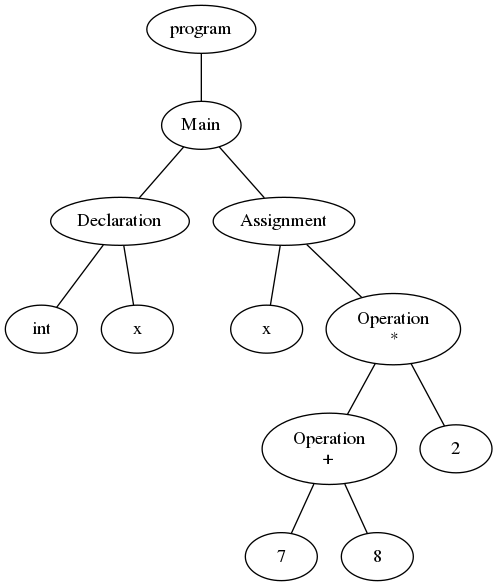
Above: AST.png in Danh95/Project-Compilers (Graphviz), before the change. Its source is kept beside it as AST.dot.
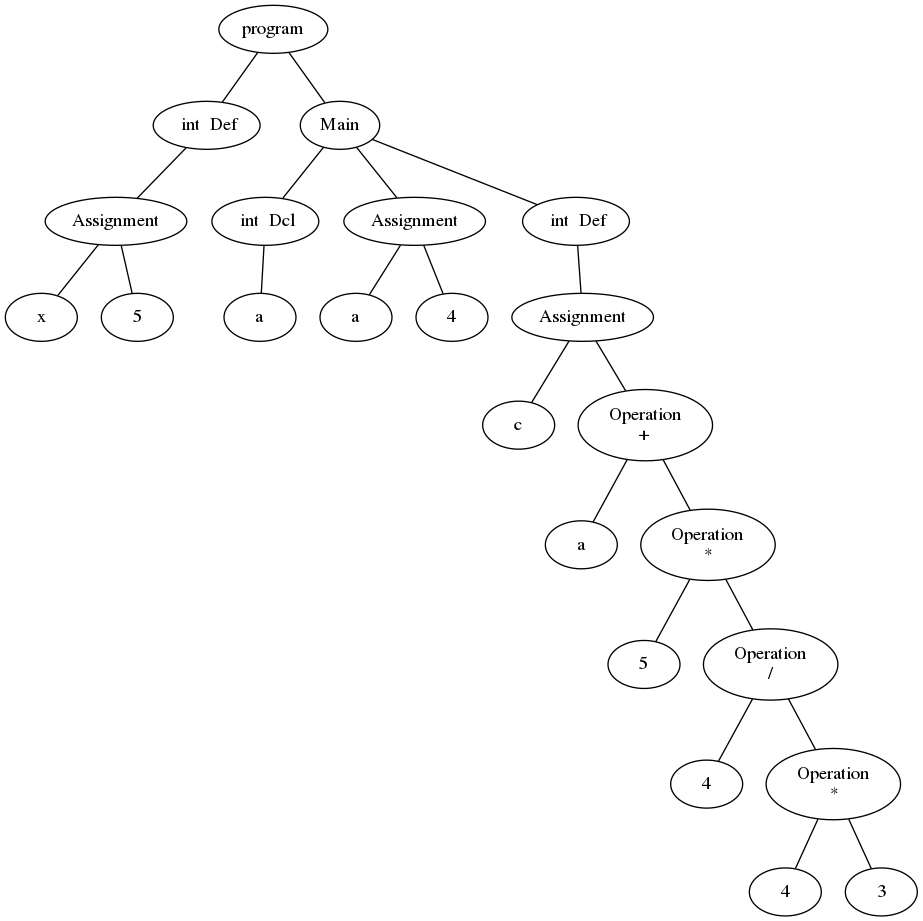
The same file after the commit.

Diff of the diagram source:
```diff
@@ -1,13 +1,39 @@
+graph AST {
 0[label="program"];
-1[label="Main"];
+1[label="doSomething()"];
 0 -- 1;
-2[label="Declaration"];
+2[label="Assignment"];
 1 -- 2;
-3[label=" int "];
+3[label="y"];
 2 -- 3;
-4[label="x"];
+4[label="Operation
+*"];
 2 -- 4;
-5[label="Assignment"];
-1 -- 5;
-6[label="x"];
-5 -- 6;
+5[label="y"];
+4 -- 5;
+6[label="2"];
+4 -- 6;
+7[label="Return"];
+1 -- 7;
+8[label="y"];
+7 -- 8;
+9[label="Main"];
+0 -- 9;
+10[label=" int  Def"];
+9 -- 10;
+11[label="Assignment"];
+10 -- 11;
+12[label="y"];
+11 -- 12;
+13[label="5"];
+11 -- 13;
+14[label=" int  Def"];
+9 -- 14;
+15[label="Assignment"];
+14 -- 15;
+16[label="x"];
+15 -- 16;
+17[label="doSomething()"];
+15 -- 17;
+
+}
```
